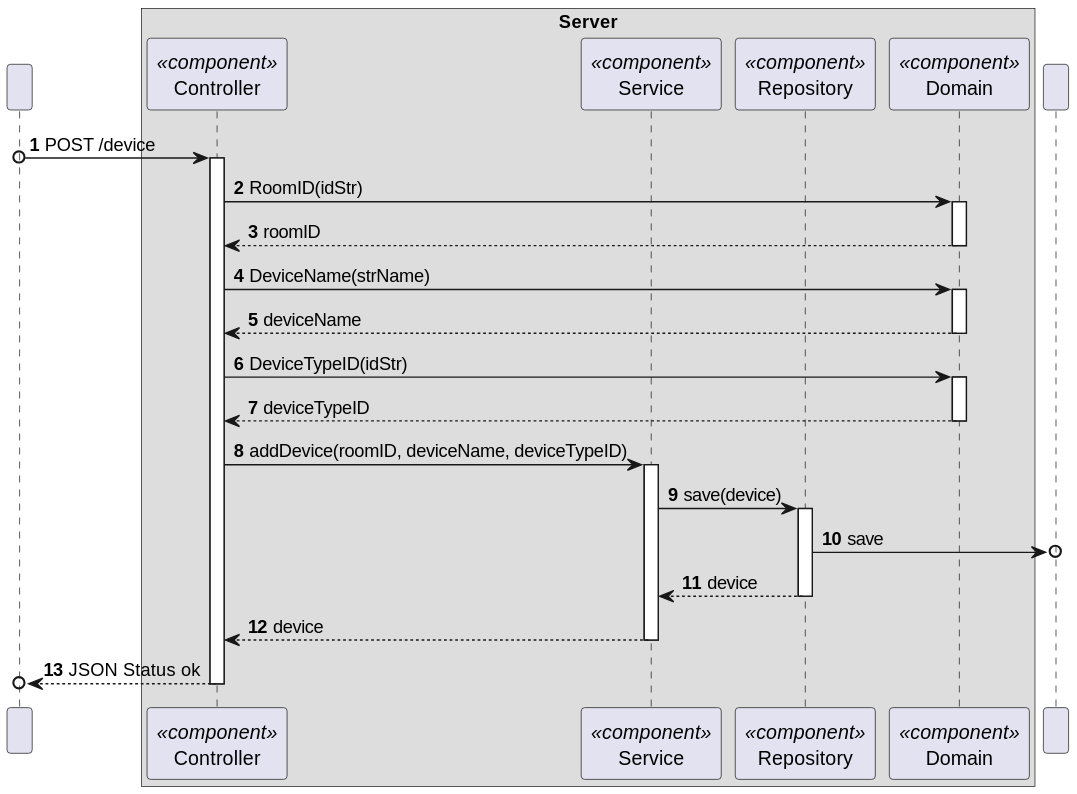
Before: docs/C4_4plus1_models/Level4/ProcessView/ProcessViewLevel4_UC05_v1.svg, a diagram exported from PlantUML (moutajDev/smarthome).
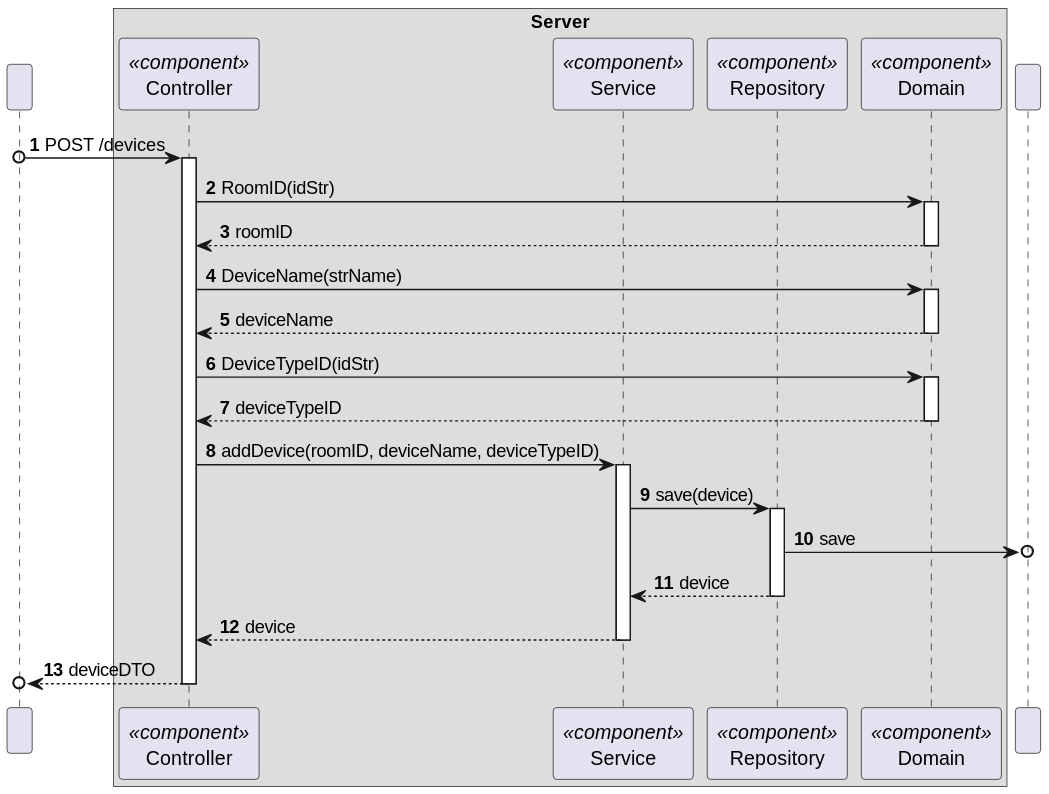
Later version of the same file.

The edit, as a diff of the source:
```diff
@@ -13,7 +13,7 @@
 end box
 participant " " as BD
 
-HTTP o-> CTRL : POST /device
+HTTP o-> CTRL : POST /devices
 activate CTRL
 
 CTRL -> DOM : RoomID(idStr)
@@ -45,6 +45,6 @@
 SV --> CTRL : device
 deactivate SV
 
-CTRL -->o HTTP : JSON Status ok
+CTRL -->o HTTP : deviceDTO
 deactivate CTRL
 @enduml
```
